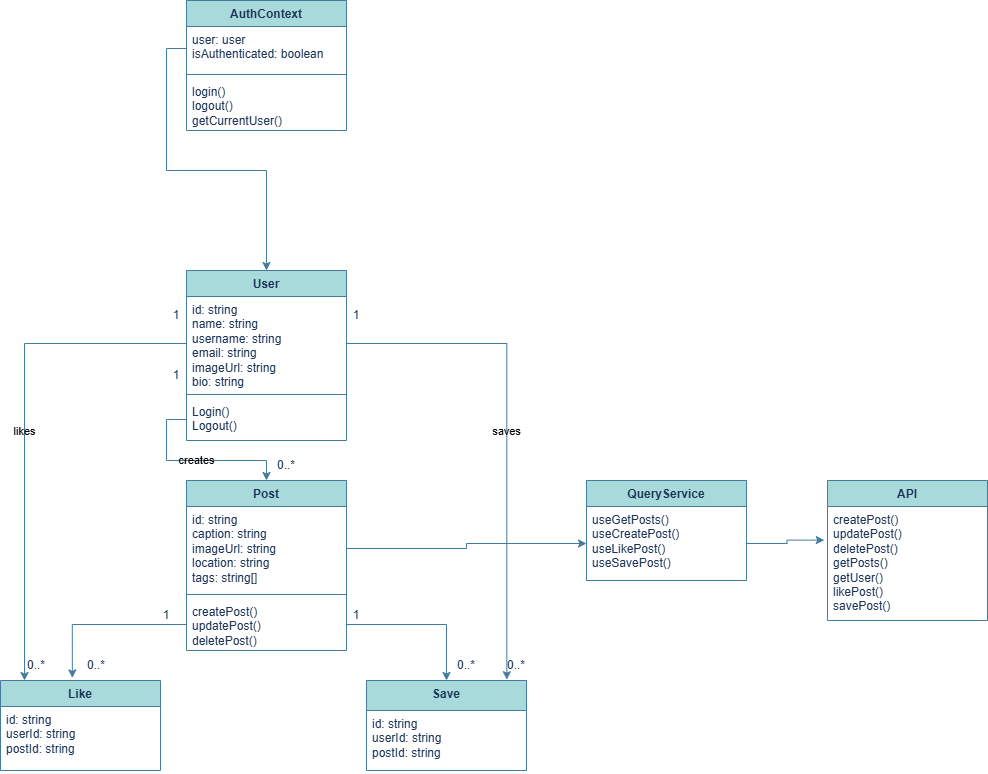
Above: ClassDiagram1_UserSystem.drawio.png in nahasclara-ctrl/MyProject (draw.io), before the change. Source tidied: cells renumbered, new cells last; positions are measured from the earlier drawing's top-left corner, leaving out a move shared by most shapes.
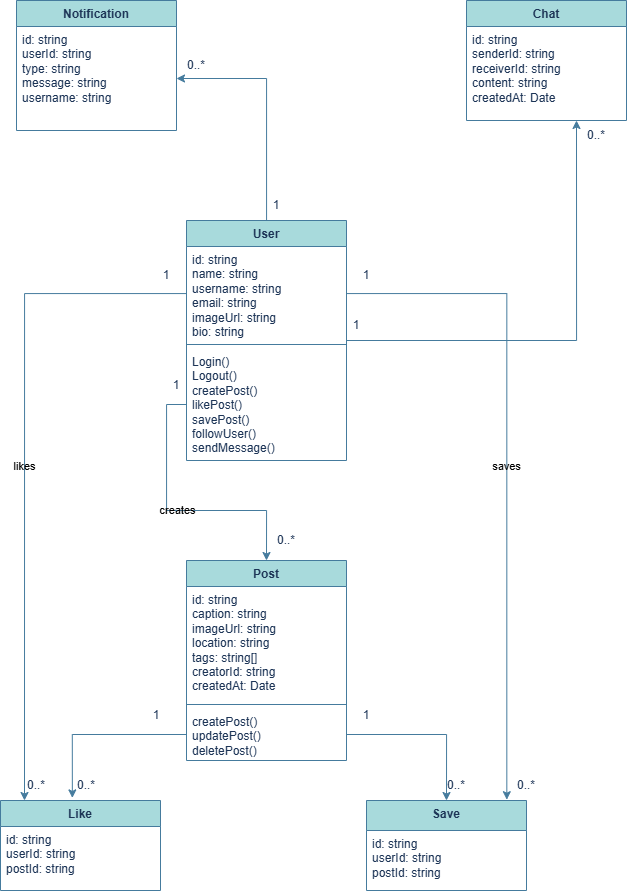
The same diagram one commit later.

Change to the diagram source:
```diff
@@ -3,37 +3,34 @@
     <mxCell id="0" />
     <mxCell id="1" parent="0" />
     <mxCell id="2" value="Post" style="swimlane;fontStyle=1;align=center;verticalAlign=top;horizontal=1;startSize=26;whiteSpace=wrap;html=1;labelBackgroundColor=none;fillColor=#A8DADC;strokeColor=#457B9D;fontColor=#1D3557;" parent="1" vertex="1">
-      <mxGeometry x="186" y="480" width="160" height="170" as="geometry" />
+      <mxGeometry x="186" y="550" width="160" height="200" as="geometry" />
     </mxCell>
-    <mxCell id="3" value="id: string&lt;div&gt;caption: string&lt;/div&gt;&lt;div&gt;imageUrl: string&lt;/div&gt;&lt;div&gt;location: string&lt;/div&gt;&lt;div&gt;tags: string[]&lt;/div&gt;" style="text;strokeColor=none;fillColor=none;align=left;verticalAlign=top;spacingLeft=4;spacingRight=4;overflow=hidden;points=[[0,0.5],[1,0.5]];portConstraint=eastwest;whiteSpace=wrap;html=1;labelBackgroundColor=none;fontColor=#1D3557;" parent="2" vertex="1">
-      <mxGeometry y="26" width="160" height="84" as="geometry" />
+    <mxCell id="3" value="id: string&lt;div&gt;caption: string&lt;/div&gt;&lt;div&gt;imageUrl: string&lt;/div&gt;&lt;div&gt;location: string&lt;/div&gt;&lt;div&gt;tags: string[]&lt;/div&gt;&lt;div&gt;creatorId: string&lt;br&gt;createdAt: Date&lt;/div&gt;" style="text;strokeColor=none;fillColor=none;align=left;verticalAlign=top;spacingLeft=4;spacingRight=4;overflow=hidden;points=[[0,0.5],[1,0.5]];portConstraint=eastwest;whiteSpace=wrap;html=1;labelBackgroundColor=none;fontColor=#1D3557;" parent="2" vertex="1">
+      <mxGeometry y="26" width="160" height="114" as="geometry" />
     </mxCell>
     <mxCell id="4" style="line;strokeWidth=1;fillColor=none;align=left;verticalAlign=middle;spacingTop=-1;spacingLeft=3;spacingRight=3;labelPosition=right;strokeColor=#457B9D;labelBackgroundColor=none;fontColor=#1D3557;" parent="2" vertex="1">
-      <mxGeometry y="110" width="160" height="8" as="geometry" />
+      <mxGeometry y="140" width="160" height="8" as="geometry" />
     </mxCell>
     <mxCell id="5" value="createPost()&lt;div&gt;updatePost()&lt;/div&gt;&lt;div&gt;deletePost()&lt;/div&gt;" style="text;strokeColor=none;fillColor=none;align=left;verticalAlign=top;spacingLeft=4;spacingRight=4;overflow=hidden;points=[[0,0.5],[1,0.5]];portConstraint=eastwest;whiteSpace=wrap;html=1;labelBackgroundColor=none;fontColor=#1D3557;" parent="2" vertex="1">
-      <mxGeometry y="118" width="160" height="52" as="geometry" />
+      <mxGeometry y="148" width="160" height="52" as="geometry" />
     </mxCell>
     <mxCell id="6" value="Like" style="swimlane;fontStyle=1;align=center;verticalAlign=top;horizontal=1;startSize=26;whiteSpace=wrap;html=1;labelBackgroundColor=none;fillColor=#A8DADC;strokeColor=#457B9D;fontColor=#1D3557;" parent="1" vertex="1">
-      <mxGeometry y="680" width="160" height="90" as="geometry" />
+      <mxGeometry y="790" width="160" height="90" as="geometry" />
     </mxCell>
     <mxCell id="7" value="id: string&lt;div&gt;userId: string&lt;/div&gt;&lt;div&gt;postId: string&lt;/div&gt;" style="text;strokeColor=none;fillColor=none;align=left;verticalAlign=top;spacingLeft=4;spacingRight=4;overflow=hidden;whiteSpace=wrap;html=1;labelBackgroundColor=none;fontColor=#1D3557;" parent="6" vertex="1">
       <mxGeometry y="26" width="160" height="64" as="geometry" />
     </mxCell>
-    <mxCell id="8" value="0..*" style="text;html=1;whiteSpace=wrap;strokeColor=none;fillColor=none;align=center;verticalAlign=middle;rounded=0;labelBackgroundColor=none;fontColor=#1D3557;" parent="1" vertex="1">
-      <mxGeometry x="436" y="650" width="60" height="30" as="geometry" />
-    </mxCell>
     <mxCell id="9" style="edgeStyle=orthogonalEdgeStyle;rounded=0;jettySize=auto;html=1;entryX=0.449;entryY=-0.029;entryDx=0;entryDy=0;entryPerimeter=0;labelBackgroundColor=none;strokeColor=#457B9D;fontColor=default;" parent="1" edge="1" source="5" target="6">
       <mxGeometry relative="1" as="geometry" />
     </mxCell>
     <mxCell id="10" value="1" style="text;html=1;whiteSpace=wrap;strokeColor=none;fillColor=none;align=center;verticalAlign=middle;rounded=0;labelBackgroundColor=none;fontColor=#1D3557;" parent="1" vertex="1">
-      <mxGeometry x="136" y="600" width="60" height="30" as="geometry" />
+      <mxGeometry x="126" y="690" width="60" height="30" as="geometry" />
     </mxCell>
     <mxCell id="11" value="0..*" style="text;html=1;whiteSpace=wrap;strokeColor=none;fillColor=none;align=center;verticalAlign=middle;rounded=0;labelBackgroundColor=none;fontColor=#1D3557;" parent="1" vertex="1">
-      <mxGeometry x="66" y="650" width="60" height="30" as="geometry" />
+      <mxGeometry x="56" y="760" width="60" height="30" as="geometry" />
     </mxCell>
     <mxCell id="12" value="Save" style="swimlane;fontStyle=1;align=center;verticalAlign=top;horizontal=1;startSize=30;whiteSpace=wrap;html=1;labelBackgroundColor=none;fillColor=#A8DADC;strokeColor=#457B9D;fontColor=#1D3557;" parent="1" vertex="1">
-      <mxGeometry x="366" y="680" width="160" height="90" as="geometry" />
+      <mxGeometry x="366" y="790" width="160" height="90" as="geometry" />
     </mxCell>
     <mxCell id="13" value="id: string&lt;br&gt;userId: string&lt;br&gt;postId: string" style="text;strokeColor=none;fillColor=none;align=left;verticalAlign=top;spacingLeft=4;spacingRight=4;overflow=hidden;whiteSpace=wrap;html=1;labelBackgroundColor=none;fontColor=#1D3557;" parent="12" vertex="1">
       <mxGeometry y="30" width="160" height="60" as="geometry" />
@@ -41,17 +38,22 @@
     <mxCell id="14" style="edgeStyle=orthogonalEdgeStyle;rounded=0;jettySize=auto;html=1;entryX=0.5;entryY=0;entryDx=0;entryDy=0;labelBackgroundColor=none;strokeColor=#457B9D;fontColor=default;" parent="1" edge="1" source="5" target="12">
       <mxGeometry relative="1" as="geometry" />
     </mxCell>
-    <mxCell id="15" value="1" style="text;html=1;whiteSpace=wrap;strokeColor=none;fillColor=none;align=center;verticalAlign=middle;rounded=0;labelBackgroundColor=none;fontColor=#1D3557;" parent="1" vertex="1">
-      <mxGeometry x="326" y="600" width="60" height="30" as="geometry" />
-    </mxCell>
     <mxCell id="16" value="1" style="text;html=1;whiteSpace=wrap;strokeColor=none;fillColor=none;align=center;verticalAlign=middle;rounded=0;labelBackgroundColor=none;fontColor=#1D3557;" parent="1" vertex="1">
       <mxGeometry x="146" y="360" width="60" height="30" as="geometry" />
     </mxCell>
     <mxCell id="17" value="0..*" style="text;html=1;whiteSpace=wrap;strokeColor=none;fillColor=none;align=center;verticalAlign=middle;rounded=0;labelBackgroundColor=none;fontColor=#1D3557;" parent="1" vertex="1">
-      <mxGeometry x="256" y="450" width="60" height="30" as="geometry" />
+      <mxGeometry x="256" y="515" width="60" height="30" as="geometry" />
     </mxCell>
+    <mxCell id="40" style="edgeStyle=orthogonalEdgeStyle;rounded=0;jettySize=auto;html=1;entryX=1;entryY=0.5;entryDx=0;entryDy=0;labelBackgroundColor=none;strokeColor=#457B9D;fontColor=default;" parent="1" edge="1" source="18" target="30">
+      <mxGeometry relative="1" as="geometry" />
+    </mxCell>
+    <mxCell id="41" style="edgeStyle=orthogonalEdgeStyle;rounded=0;jettySize=auto;html=1;labelBackgroundColor=none;strokeColor=#457B9D;fontColor=default;" parent="1" edge="1" source="18">
+      <mxGeometry relative="1" as="geometry">
+        <mxPoint x="576" y="110" as="targetPoint" />
+      </mxGeometry>
+    </mxCell>
     <mxCell id="18" value="User" style="swimlane;fontStyle=1;align=center;verticalAlign=top;horizontal=1;startSize=26;whiteSpace=wrap;html=1;labelBackgroundColor=none;fillColor=#A8DADC;strokeColor=#457B9D;fontColor=#1D3557;" parent="1" vertex="1">
-      <mxGeometry x="186" y="270" width="160" height="170" as="geometry" />
+      <mxGeometry x="186" y="210" width="160" height="240" as="geometry" />
     </mxCell>
     <mxCell id="19" value="id: string&lt;div&gt;name: string&lt;/div&gt;&lt;div&gt;username: string&lt;/div&gt;&lt;div&gt;email: string&lt;/div&gt;&lt;div&gt;imageUrl: string&lt;/div&gt;&lt;div&gt;bio: string&lt;/div&gt;" style="text;strokeColor=none;fillColor=none;align=left;verticalAlign=top;spacingLeft=4;spacingRight=4;overflow=hidden;points=[[0,0.5],[1,0.5]];portConstraint=eastwest;whiteSpace=wrap;html=1;labelBackgroundColor=none;fontColor=#1D3557;" parent="18" vertex="1">
       <mxGeometry y="26" width="160" height="94" as="geometry" />
@@ -59,8 +61,8 @@
     <mxCell id="20" style="line;strokeWidth=1;fillColor=none;align=left;verticalAlign=middle;spacingTop=-1;spacingLeft=3;spacingRight=3;labelPosition=right;strokeColor=#457B9D;labelBackgroundColor=none;fontColor=#1D3557;" parent="18" vertex="1">
       <mxGeometry y="120" width="160" height="8" as="geometry" />
     </mxCell>
-    <mxCell id="21" value="Login()&lt;div&gt;Logout()&lt;/div&gt;" style="text;strokeColor=none;fillColor=none;align=left;verticalAlign=top;spacingLeft=4;spacingRight=4;overflow=hidden;points=[[0,0.5],[1,0.5]];portConstraint=eastwest;whiteSpace=wrap;html=1;labelBackgroundColor=none;fontColor=#1D3557;" parent="18" vertex="1">
-      <mxGeometry y="128" width="160" height="42" as="geometry" />
+    <mxCell id="21" value="Login()&lt;div&gt;Logout()&lt;/div&gt;&lt;div&gt;createPost()&lt;br&gt;likePost()&lt;br&gt;savePost()&lt;br&gt;followUser()&lt;br&gt;sendMessage()&lt;/div&gt;&lt;div&gt;&lt;br&gt;&lt;/div&gt;" style="text;strokeColor=none;fillColor=none;align=left;verticalAlign=top;spacingLeft=4;spacingRight=4;overflow=hidden;points=[[0,0.5],[1,0.5]];portConstraint=eastwest;whiteSpace=wrap;html=1;labelBackgroundColor=none;fontColor=#1D3557;" parent="18" vertex="1">
+      <mxGeometry y="128" width="160" height="112" as="geometry" />
     </mxCell>
     <mxCell id="22" value="creates" style="edgeStyle=orthogonalEdgeStyle;rounded=0;jettySize=auto;html=1;entryX=0.5;entryY=0;entryDx=0;entryDy=0;labelBackgroundColor=none;strokeColor=#457B9D;fontColor=default;" parent="1" edge="1" source="21" target="2">
       <mxGeometry relative="1" as="geometry" />
@@ -72,49 +74,46 @@
       <mxGeometry relative="1" as="geometry" />
     </mxCell>
     <mxCell id="25" value="1" style="text;html=1;whiteSpace=wrap;strokeColor=none;fillColor=none;align=center;verticalAlign=middle;rounded=0;labelBackgroundColor=none;fontColor=#1D3557;" parent="1" vertex="1">
-      <mxGeometry x="326" y="300" width="60" height="30" as="geometry" />
+      <mxGeometry x="336" y="250" width="60" height="30" as="geometry" />
     </mxCell>
     <mxCell id="26" value="0..*" style="text;html=1;whiteSpace=wrap;strokeColor=none;fillColor=none;align=center;verticalAlign=middle;rounded=0;labelBackgroundColor=none;fontColor=#1D3557;" parent="1" vertex="1">
-      <mxGeometry x="486" y="650" width="60" height="30" as="geometry" />
+      <mxGeometry x="496" y="760" width="60" height="30" as="geometry" />
     </mxCell>
     <mxCell id="27" value="1" style="text;html=1;whiteSpace=wrap;strokeColor=none;fillColor=none;align=center;verticalAlign=middle;rounded=0;labelBackgroundColor=none;fontColor=#1D3557;" parent="1" vertex="1">
-      <mxGeometry x="146" y="300" width="60" height="30" as="geometry" />
+      <mxGeometry x="136" y="250" width="60" height="30" as="geometry" />
     </mxCell>
     <mxCell id="28" value="0..*" style="text;html=1;whiteSpace=wrap;strokeColor=none;fillColor=none;align=center;verticalAlign=middle;rounded=0;labelBackgroundColor=none;fontColor=#1D3557;" parent="1" vertex="1">
-      <mxGeometry x="6" y="650" width="60" height="30" as="geometry" />
+      <mxGeometry x="6" y="760" width="60" height="30" as="geometry" />
     </mxCell>
-    <mxCell id="29" value="AuthContext" style="swimlane;fontStyle=1;align=center;verticalAlign=top;horizontal=1;startSize=26;whiteSpace=wrap;html=1;labelBackgroundColor=none;fillColor=#A8DADC;strokeColor=#457B9D;fontColor=#1D3557;" parent="1" vertex="1">
-      <mxGeometry x="186" width="160" height="130" as="geometry" />
+    <mxCell id="29" value="Notification" style="swimlane;fontStyle=1;align=center;verticalAlign=top;horizontal=1;startSize=26;whiteSpace=wrap;html=1;labelBackgroundColor=none;fillColor=#A8DADC;strokeColor=#457B9D;fontColor=#1D3557;" parent="1" vertex="1">
+      <mxGeometry x="16" y="-10" width="160" height="130" as="geometry" />
     </mxCell>
-    <mxCell id="30" value="user: user&lt;div&gt;isAuthenticated: boolean&lt;/div&gt;" style="text;strokeColor=none;fillColor=none;align=left;verticalAlign=top;spacingLeft=4;spacingRight=4;overflow=hidden;points=[[0,0.5],[1,0.5]];portConstraint=eastwest;whiteSpace=wrap;html=1;labelBackgroundColor=none;fontColor=#1D3557;" parent="29" vertex="1">
-      <mxGeometry y="26" width="160" height="44" as="geometry" />
+    <mxCell id="30" value="id: string&lt;div&gt;userId: string&lt;/div&gt;&lt;div&gt;type: string&lt;/div&gt;&lt;div&gt;message: string&lt;/div&gt;&lt;div&gt;username: string&lt;/div&gt;" style="text;strokeColor=none;fillColor=none;align=left;verticalAlign=top;spacingLeft=4;spacingRight=4;overflow=hidden;points=[[0,0.5],[1,0.5]];portConstraint=eastwest;whiteSpace=wrap;html=1;labelBackgroundColor=none;fontColor=#1D3557;" parent="29" vertex="1">
+      <mxGeometry y="26" width="160" height="104" as="geometry" />
     </mxCell>
-    <mxCell id="31" style="line;strokeWidth=1;fillColor=none;align=left;verticalAlign=middle;spacingTop=-1;spacingLeft=3;spacingRight=3;labelPosition=right;strokeColor=#457B9D;labelBackgroundColor=none;fontColor=#1D3557;" parent="29" vertex="1">
-      <mxGeometry y="70" width="160" height="8" as="geometry" />
-    </mxCell>
-    <mxCell id="32" value="login()&lt;div&gt;logout()&lt;/div&gt;&lt;div&gt;getCurrentUser()&lt;/div&gt;" style="text;strokeColor=none;fillColor=none;align=left;verticalAlign=top;spacingLeft=4;spacingRight=4;overflow=hidden;whiteSpace=wrap;html=1;labelBackgroundColor=none;fontColor=#1D3557;" parent="29" vertex="1">
-      <mxGeometry y="78" width="160" height="52" as="geometry" />
-    </mxCell>
-    <mxCell id="33" style="edgeStyle=orthogonalEdgeStyle;rounded=0;jettySize=auto;html=1;entryX=0.5;entryY=0;entryDx=0;entryDy=0;labelBackgroundColor=none;strokeColor=#457B9D;fontColor=default;" parent="1" edge="1" source="30" target="18">
-      <mxGeometry relative="1" as="geometry" />
-    </mxCell>
-    <mxCell id="34" value="API" style="swimlane;fontStyle=1;align=center;verticalAlign=top;horizontal=1;startSize=26;whiteSpace=wrap;html=1;strokeColor=#457B9D;fontColor=#1D3557;fillColor=#A8DADC;" parent="1" vertex="1">
-      <mxGeometry x="827" y="480" width="160" height="140" as="geometry" />
-    </mxCell>
-    <mxCell id="35" value="createPost()&lt;div&gt;updatePost()&lt;/div&gt;&lt;div&gt;deletePost()&lt;/div&gt;&lt;div&gt;getPosts()&lt;/div&gt;&lt;div&gt;getUser()&lt;/div&gt;&lt;div&gt;likePost()&lt;/div&gt;&lt;div&gt;savePost()&lt;/div&gt;&lt;div&gt;&lt;br&gt;&lt;/div&gt;" style="text;strokeColor=none;fillColor=none;align=left;verticalAlign=top;spacingLeft=4;spacingRight=4;overflow=hidden;points=[[0,0.5],[1,0.5]];portConstraint=eastwest;whiteSpace=wrap;html=1;fontColor=#1D3557;" parent="34" vertex="1">
-      <mxGeometry y="26" width="160" height="114" as="geometry" />
-    </mxCell>
-    <mxCell id="36" value="QueryService" style="swimlane;fontStyle=1;align=center;verticalAlign=top;horizontal=1;startSize=26;whiteSpace=wrap;html=1;strokeColor=#457B9D;fontColor=#1D3557;fillColor=#A8DADC;" parent="1" vertex="1">
-      <mxGeometry x="586" y="480" width="160" height="100" as="geometry" />
-    </mxCell>
-    <mxCell id="37" value="useGetPosts()&lt;div&gt;useCreatePost()&lt;/div&gt;&lt;div&gt;useLikePost()&lt;/div&gt;&lt;div&gt;useSavePost()&lt;/div&gt;" style="text;strokeColor=none;fillColor=none;align=left;verticalAlign=top;spacingLeft=4;spacingRight=4;overflow=hidden;points=[[0,0.5],[1,0.5]];portConstraint=eastwest;whiteSpace=wrap;html=1;fontColor=#1D3557;" parent="36" vertex="1">
-      <mxGeometry y="26" width="160" height="74" as="geometry" />
-    </mxCell>
-    <mxCell id="38" style="edgeStyle=orthogonalEdgeStyle;rounded=0;jettySize=auto;html=1;entryX=-0.02;entryY=0.295;entryDx=0;entryDy=0;entryPerimeter=0;strokeColor=#457B9D;fontColor=#1D3557;fillColor=#A8DADC;" parent="1" edge="1" source="37" target="35">
-      <mxGeometry relative="1" as="geometry" />
-    </mxCell>
-    <mxCell id="39" style="edgeStyle=orthogonalEdgeStyle;rounded=0;jettySize=auto;html=1;entryX=0;entryY=0.5;entryDx=0;entryDy=0;strokeColor=#457B9D;fontColor=#1D3557;fillColor=#A8DADC;" parent="1" edge="1" source="3" target="37">
-      <mxGeometry relative="1" as="geometry" />
-    </mxCell>
+    <mxCell id="42" value="1" style="text;html=1;whiteSpace=wrap;strokeColor=none;fillColor=none;align=center;verticalAlign=middle;rounded=0;labelBackgroundColor=none;fontColor=#1D3557;" parent="1" vertex="1">
+      <mxGeometry x="246" y="180" width="60" height="30" as="geometry" />
+    </mxCell>
+    <mxCell id="43" value="0..*" style="text;html=1;whiteSpace=wrap;strokeColor=none;fillColor=none;align=center;verticalAlign=middle;rounded=0;labelBackgroundColor=none;fontColor=#1D3557;" parent="1" vertex="1">
+      <mxGeometry x="166" y="40" width="60" height="30" as="geometry" />
+    </mxCell>
+    <mxCell id="44" value="1" style="text;html=1;whiteSpace=wrap;strokeColor=none;fillColor=none;align=center;verticalAlign=middle;rounded=0;labelBackgroundColor=none;fontColor=#1D3557;" parent="1" vertex="1">
+      <mxGeometry x="336" y="690" width="60" height="30" as="geometry" />
+    </mxCell>
+    <mxCell id="45" value="0..*" style="text;html=1;whiteSpace=wrap;strokeColor=none;fillColor=none;align=center;verticalAlign=middle;rounded=0;labelBackgroundColor=none;fontColor=#1D3557;" parent="1" vertex="1">
+      <mxGeometry x="426" y="760" width="60" height="30" as="geometry" />
+    </mxCell>
+    <mxCell id="46" value="Chat" style="swimlane;fontStyle=1;align=center;verticalAlign=top;horizontal=1;startSize=26;whiteSpace=wrap;html=1;labelBackgroundColor=none;fillColor=#A8DADC;strokeColor=#457B9D;fontColor=#1D3557;" parent="1" vertex="1">
+      <mxGeometry x="466" y="-10" width="160" height="120" as="geometry" />
+    </mxCell>
+    <mxCell id="47" value="id: string&lt;br&gt;senderId: string&lt;br&gt;receiverId: string&lt;br&gt;content: string&lt;br&gt;createdAt: Date" style="text;strokeColor=none;fillColor=none;align=left;verticalAlign=top;spacingLeft=4;spacingRight=4;overflow=hidden;whiteSpace=wrap;html=1;labelBackgroundColor=none;fontColor=#1D3557;" parent="46" vertex="1">
+      <mxGeometry y="26" width="160" height="94" as="geometry" />
+    </mxCell>
+    <mxCell id="48" value="1" style="text;html=1;whiteSpace=wrap;strokeColor=none;fillColor=none;align=center;verticalAlign=middle;rounded=0;labelBackgroundColor=none;fontColor=#1D3557;" parent="1" vertex="1">
+      <mxGeometry x="326" y="300" width="60" height="30" as="geometry" />
+    </mxCell>
+    <mxCell id="49" value="0..*" style="text;html=1;whiteSpace=wrap;strokeColor=none;fillColor=none;align=center;verticalAlign=middle;rounded=0;labelBackgroundColor=none;fontColor=#1D3557;" parent="1" vertex="1">
+      <mxGeometry x="566" y="110" width="60" height="30" as="geometry" />
+    </mxCell>
   </root>
 </mxGraphModel>
```
